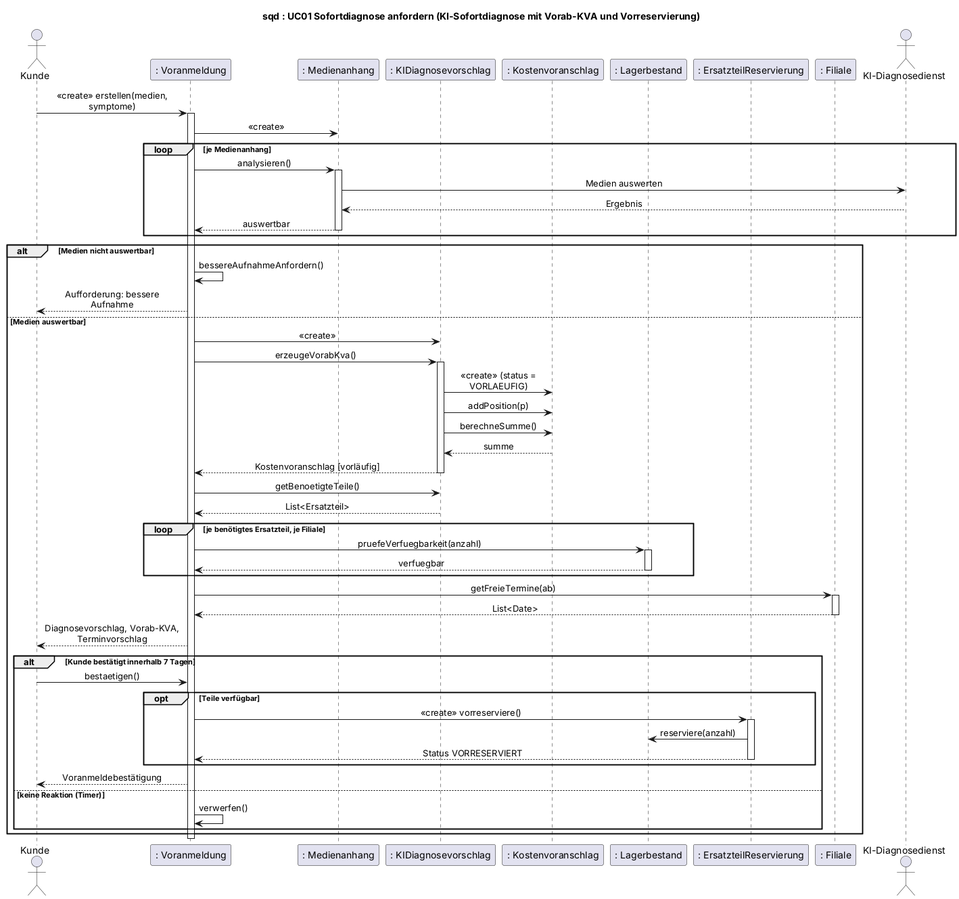
This is uml/sequenz-01-sofortdiagnose.png from jakobschwan123-cmd/casestudy-semester-3, a PlantUML export, as it was before one commit.
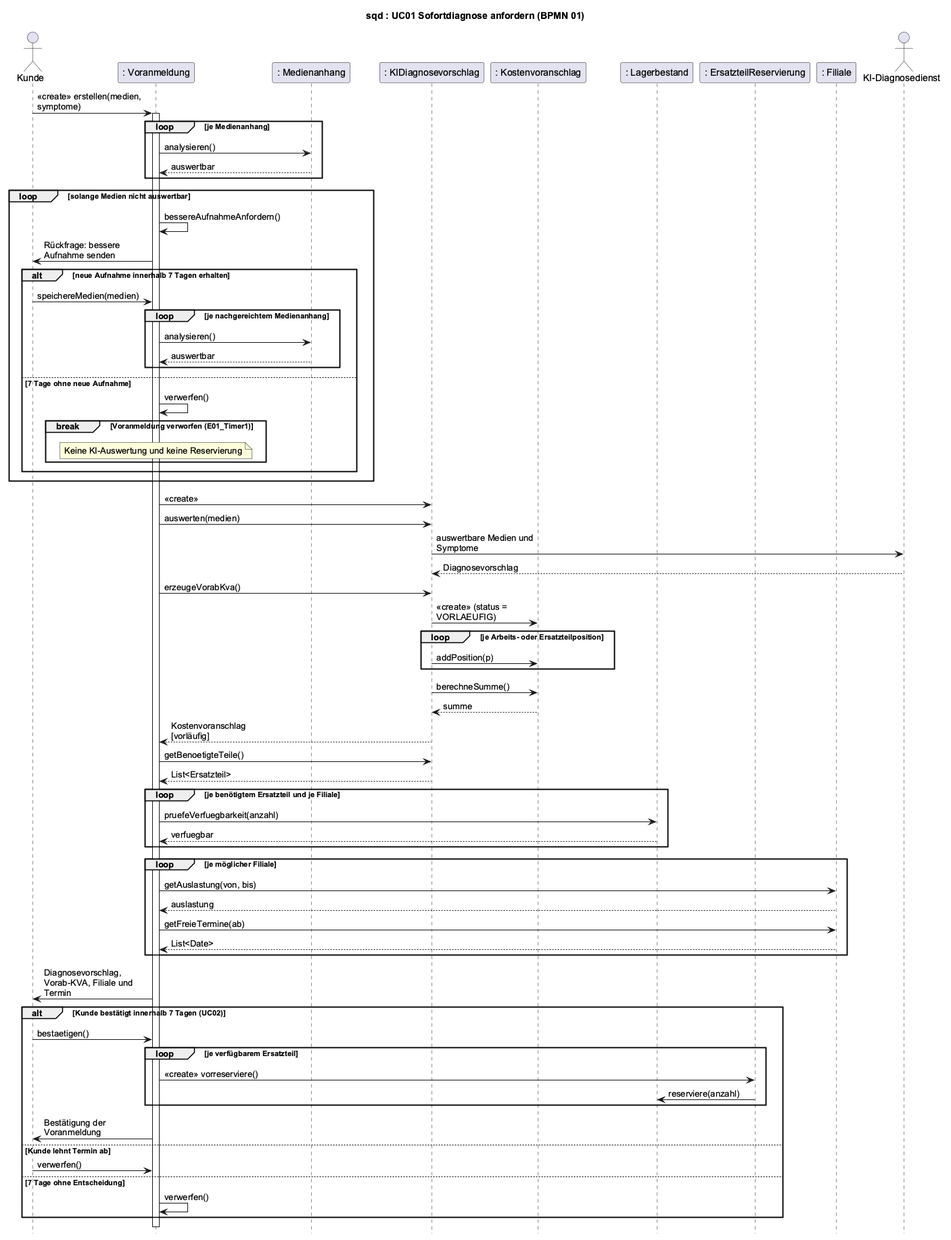
The same file after the commit.

What changed in the source:
```diff
@@ -1,8 +1,10 @@
 @startuml
-title sqd : UC01 Sofortdiagnose anfordern (KI-Sofortdiagnose mit Vorab-KVA und Vorreservierung)
+title sqd : UC01 Sofortdiagnose anfordern (BPMN 01)
 skinparam defaultFontName Arial
-skinparam sequenceMessageAlign center
-skinparam maxMessageSize 200
+skinparam sequenceMessageAlign left
+skinparam maxMessageSize 160
+hide footbox
+
 actor Kunde
 participant ": Voranmeldung" as VA
 participant ": Medienanhang" as MA
@@ -15,54 +17,62 @@
 
 Kunde -> VA : <<create>> erstellen(medien, symptome)
 activate VA
-VA -> MA : <<create>>
 loop je Medienanhang
     VA -> MA : analysieren()
-    activate MA
-    MA -> KIDienst : Medien auswerten
-    KIDienst --> MA : Ergebnis
     MA --> VA : auswertbar
-    deactivate MA
 end
-alt Medien nicht auswertbar
+loop solange Medien nicht auswertbar
     VA -> VA : bessereAufnahmeAnfordern()
-    VA --> Kunde : Aufforderung: bessere Aufnahme
-else Medien auswertbar
-    VA -> KI : <<create>>
-    VA -> KI : erzeugeVorabKva()
-    activate KI
-    KI -> KVA : <<create>> (status = VORLAEUFIG)
+    VA -> Kunde : Rückfrage: bessere Aufnahme senden
+    alt neue Aufnahme innerhalb 7 Tagen erhalten
+        Kunde -> VA : speichereMedien(medien)
+        loop je nachgereichtem Medienanhang
+            VA -> MA : analysieren()
+            MA --> VA : auswertbar
+        end
+    else 7 Tage ohne neue Aufnahme
+        VA -> VA : verwerfen()
+        break Voranmeldung verworfen (E01_Timer1)
+            note over VA : Keine KI-Auswertung und keine Reservierung
+        end
+    end
+end
+VA -> KI : <<create>>
+VA -> KI : auswerten(medien)
+KI -> KIDienst : auswertbare Medien und Symptome
+KIDienst --> KI : Diagnosevorschlag
+VA -> KI : erzeugeVorabKva()
+KI -> KVA : <<create>> (status = VORLAEUFIG)
+loop je Arbeits- oder Ersatzteilposition
     KI -> KVA : addPosition(p)
-    KI -> KVA : berechneSumme()
-    KVA --> KI : summe
-    KI --> VA : Kostenvoranschlag [vorläufig]
-    deactivate KI
-    VA -> KI : getBenoetigteTeile()
-    KI --> VA : List<Ersatzteil>
-    loop je benötigtes Ersatzteil, je Filiale
-        VA -> LB : pruefeVerfuegbarkeit(anzahl)
-        activate LB
-        LB --> VA : verfuegbar
-        deactivate LB
+end
+KI -> KVA : berechneSumme()
+KVA --> KI : summe
+KI --> VA : Kostenvoranschlag [vorläufig]
+VA -> KI : getBenoetigteTeile()
+KI --> VA : List<Ersatzteil>
+loop je benötigtem Ersatzteil und je Filiale
+    VA -> LB : pruefeVerfuegbarkeit(anzahl)
+    LB --> VA : verfuegbar
+end
+loop je möglicher Filiale
+    VA -> FIL : getAuslastung(von, bis)
+    FIL --> VA : auslastung
+    VA -> FIL : getFreieTermine(ab)
+    FIL --> VA : List<Date>
+end
+VA -> Kunde : Diagnosevorschlag, Vorab-KVA, Filiale und Termin
+alt Kunde bestätigt innerhalb 7 Tagen (UC02)
+    Kunde -> VA : bestaetigen()
+    loop je verfügbarem Ersatzteil
+        VA -> RES : <<create>> vorreserviere()
+        RES -> LB : reserviere(anzahl)
     end
-    VA -> FIL : getFreieTermine(ab)
-    activate FIL
-    FIL --> VA : List<Date>
-    deactivate FIL
-    VA --> Kunde : Diagnosevorschlag, Vorab-KVA, Terminvorschlag
-    alt Kunde bestätigt innerhalb 7 Tagen
-        Kunde -> VA : bestaetigen()
-        opt Teile verfügbar
-            VA -> RES : <<create>> vorreserviere()
-            activate RES
-            RES -> LB : reserviere(anzahl)
-            RES --> VA : Status VORRESERVIERT
-            deactivate RES
-        end
-        VA --> Kunde : Voranmeldebestätigung
-    else keine Reaktion (Timer)
-        VA -> VA : verwerfen()
-    end
+    VA -> Kunde : Bestätigung der Voranmeldung
+else Kunde lehnt Termin ab
+    Kunde -> VA : verwerfen()
+else 7 Tage ohne Entscheidung
+    VA -> VA : verwerfen()
 end
 deactivate VA
 @enduml
```
